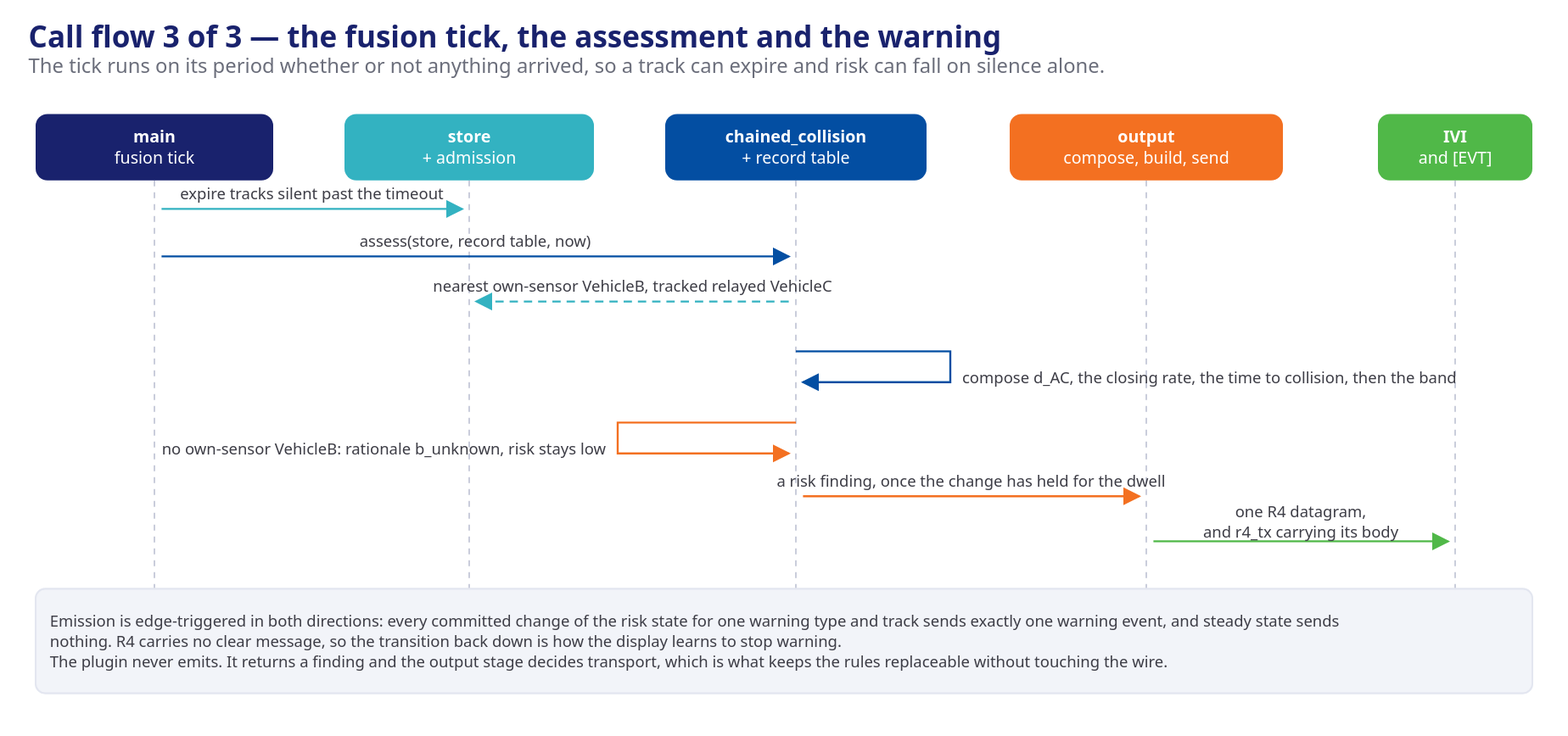
Earlier version of the draw.io export presentation/assets/phase2-4-ada-callflow-3.svg (mnpham2101/FPT-Hackathon2026). Source tidied: cells renumbered, new cells last; positions are measured from the earlier drawing's top-left corner, leaving out a move shared by most shapes.
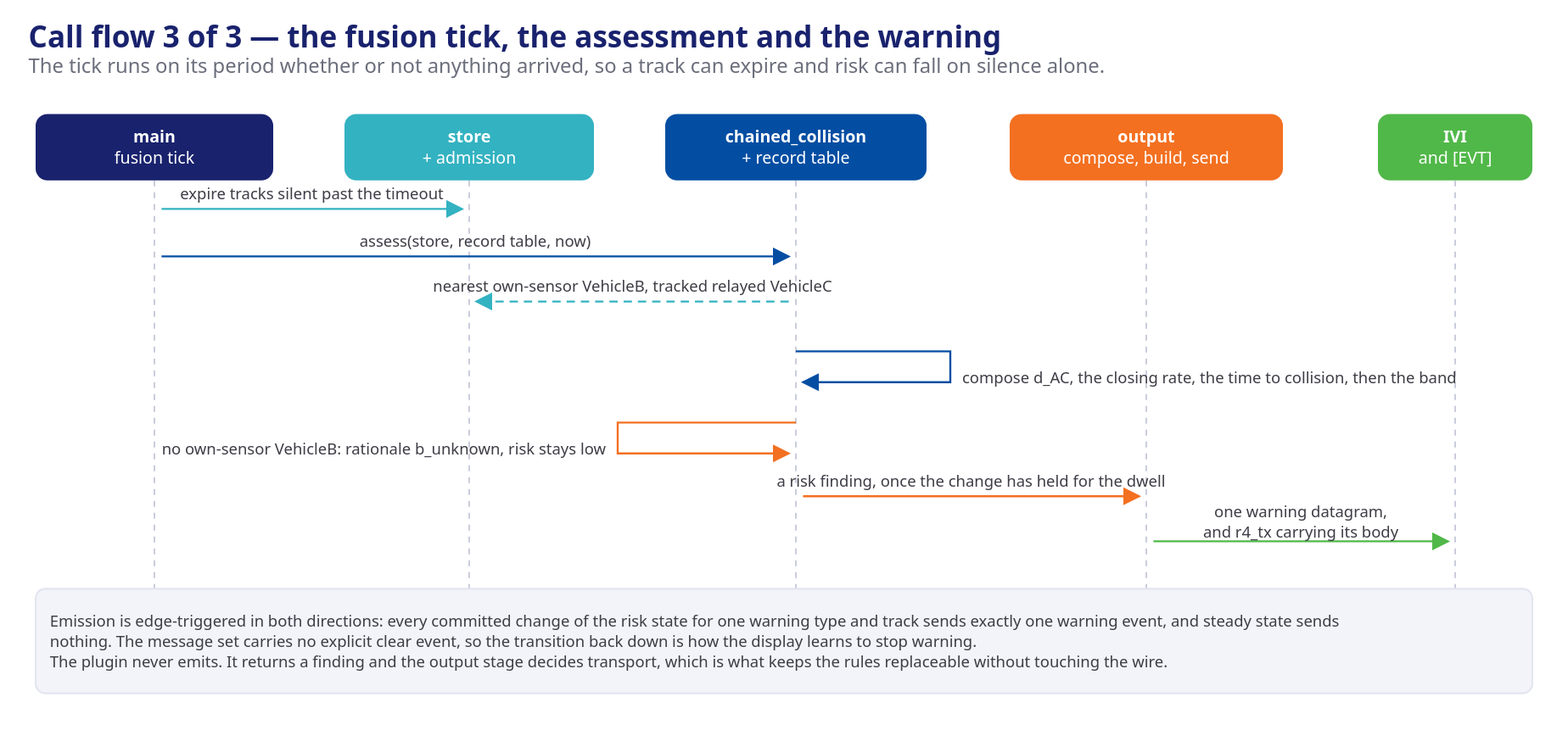
Later version of the same file.

The edit, as a diff of the source:
```diff
@@ -82,13 +82,13 @@
         <mxPoint x="935" y="398" as="targetPoint" />
       </mxGeometry>
     </mxCell>
-    <mxCell id="20" value="one R4 datagram,&#10;and r4_tx carrying its body" style="html=1;endArrow=block;endFill=1;strokeColor=#50B848;edgeStyle=orthogonalEdgeStyle;rounded=0;fontSize=13.2;fontColor=#3d3d46;labelBackgroundColor=none;" parent="1" edge="1">
+    <mxCell id="20" value="one warning datagram,&#10;and r4_tx carrying its body" style="html=1;endArrow=block;endFill=1;strokeColor=#50B848;edgeStyle=orthogonalEdgeStyle;rounded=0;fontSize=13.2;fontColor=#3d3d46;labelBackgroundColor=none;" parent="1" edge="1">
       <mxGeometry relative="1" as="geometry">
         <mxPoint x="947" y="436" as="sourcePoint" />
         <mxPoint x="1195" y="436" as="targetPoint" />
       </mxGeometry>
     </mxCell>
-    <mxCell id="21" value="Emission is edge-triggered in both directions: every committed change of the risk state for one warning type and track sends exactly one warning event, and steady state sends&#10;nothing. R4 carries no clear message, so the transition back down is how the display learns to stop warning.&#10;The plugin never emits. It returns a finding and the output stage decides transport, which is what keeps the rules replaceable without touching the wire." style="rounded=1;arcSize=8;html=1;fillColor=#f2f4f9;strokeColor=#e3e6f0;fontColor=#3d3d46;fontSize=13.2;fontStyle=0;whiteSpace=wrap;verticalAlign=middle;align=left;" parent="1" vertex="1">
+    <mxCell id="21" value="Emission is edge-triggered in both directions: every committed change of the risk state for one warning type and track sends exactly one warning event, and steady state sends&#10;nothing. The message set carries no explicit clear event, so the transition back down is how the display learns to stop warning.&#10;The plugin never emits. It returns a finding and the output stage decides transport, which is what keeps the rules replaceable without touching the wire." style="rounded=1;arcSize=8;html=1;fillColor=#f2f4f9;strokeColor=#e3e6f0;fontColor=#3d3d46;fontSize=13.2;fontStyle=0;whiteSpace=wrap;verticalAlign=middle;align=left;" parent="1" vertex="1">
       <mxGeometry x="6" y="476" width="1260" height="88" as="geometry" />
     </mxCell>
   </root>
```
